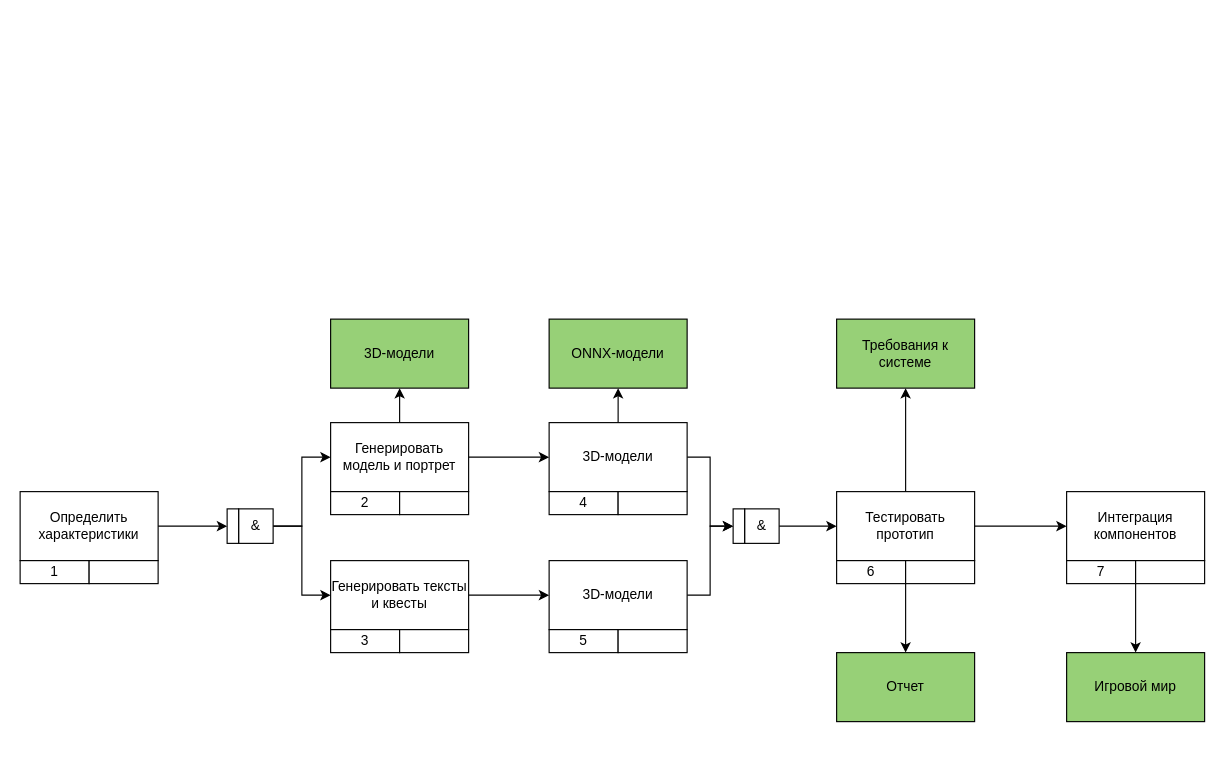
Slavik993/Diplom_Shebanov_2026 keeps this draw.io diagram as IDEF3.drawio. Above is the earlier version. Source tidied: cells renumbered, new cells numbered last; positions are measured from the earlier drawing's top-left corner, leaving out a move shared by most shapes. Both pictures are drawn from the tidied source at 115%, with x=0, y=0 at pixel (20, 319).
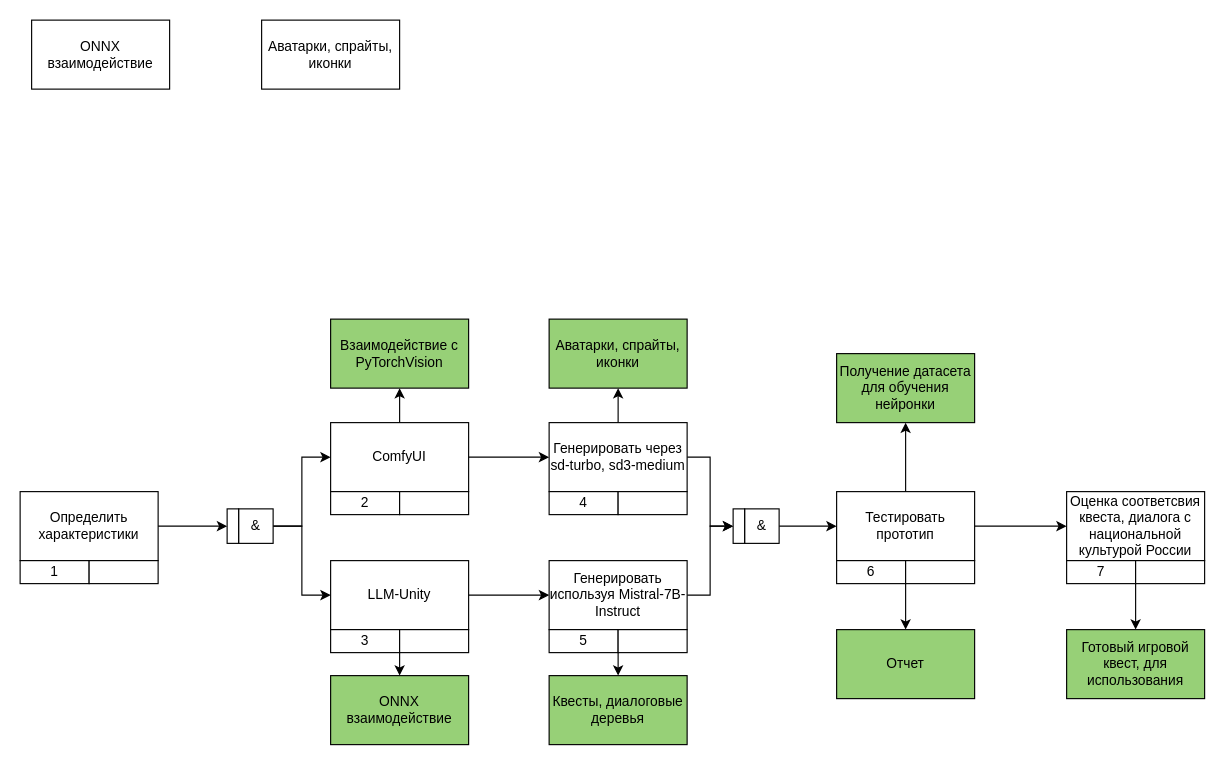
After the change.

The change refers to these unchanged cells:
```xml
<mxCell id="29" value="3" style="rounded=0;whiteSpace=wrap;html=1;" parent="1" vertex="1">
  <mxGeometry x="270" y="270" width="60" height="20" as="geometry" />
</mxCell>
<mxCell id="33" value="5" style="rounded=0;whiteSpace=wrap;html=1;" parent="1" vertex="1">
  <mxGeometry x="460" y="270" width="60" height="20" as="geometry" />
</mxCell>
```

The edit, as a diff of the source:
```diff
@@
-    <mxCell id="6" value="Генерировать модель и портрет" style="rounded=0;whiteSpace=wrap;html=1;" parent="1" vertex="1">
+    <mxCell id="6" value="ComfyUI" style="rounded=0;whiteSpace=wrap;html=1;" parent="1" vertex="1">
       <mxGeometry x="270" y="90" width="120" height="60" as="geometry" />
     </mxCell>
@@
-    <mxCell id="8" value="Генерировать тексты и квесты" style="rounded=0;whiteSpace=wrap;html=1;" parent="1" vertex="1">
+    <mxCell id="8" value="LLM-Unity" style="rounded=0;whiteSpace=wrap;html=1;" parent="1" vertex="1">
       <mxGeometry x="270" y="210" width="120" height="60" as="geometry" />
     </mxCell>
-    <mxCell id="9" value="3D-модели" style="rounded=0;whiteSpace=wrap;html=1;fillColor=#97D077;" parent="1" vertex="1">
+    <mxCell id="9" value="Взаимодействие с PyTorchVision" style="rounded=0;whiteSpace=wrap;html=1;fillColor=#97D077;" parent="1" vertex="1">
       <mxGeometry x="270" width="120" height="60" as="geometry" />
     </mxCell>
-    <mxCell id="10" style="edgeStyle=orthogonalEdgeStyle;rounded=0;jettySize=auto;html=1;exitX=0.5;exitY=0;exitDx=0;exitDy=0;entryX=0.5;entryY=1;entryDx=0;entryDy=0;" parent="1" edge="1" source="12" target="15">
-      <mxGeometry relative="1" as="geometry" />
-    </mxCell>
@@
+    <mxCell id="46" style="edgeStyle=orthogonalEdgeStyle;rounded=0;jettySize=auto;html=1;exitX=0.5;exitY=0;exitDx=0;exitDy=0;entryX=0.5;entryY=1;entryDx=0;entryDy=0;" parent="1" edge="1" source="12" target="50">
+      <mxGeometry relative="1" as="geometry" />
+    </mxCell>
-    <mxCell id="12" value="3D-модели" style="rounded=0;whiteSpace=wrap;html=1;" parent="1" vertex="1">
+    <mxCell id="12" value="Генерировать через sd-turbo, sd3-medium" style="rounded=0;whiteSpace=wrap;html=1;" parent="1" vertex="1">
       <mxGeometry x="460" y="90" width="120" height="60" as="geometry" />
     </mxCell>
@@
-    <mxCell id="14" value="3D-модели" style="rounded=0;whiteSpace=wrap;html=1;" parent="1" vertex="1">
+    <mxCell id="14" value="Генерировать используя Mistral-7B-Instruct" style="rounded=0;whiteSpace=wrap;html=1;" parent="1" vertex="1">
       <mxGeometry x="460" y="210" width="120" height="60" as="geometry" />
     </mxCell>
-    <mxCell id="15" value="ONNX-модели" style="rounded=0;whiteSpace=wrap;html=1;fillColor=#97D077;" parent="1" vertex="1">
-      <mxGeometry x="460" width="120" height="60" as="geometry" />
+    <mxCell id="15" value="Квесты, диалоговые деревья" style="rounded=0;whiteSpace=wrap;html=1;fillColor=#97D077;" parent="1" vertex="1">
+      <mxGeometry x="460" y="310" width="120" height="60" as="geometry" />
     </mxCell>
@@
-    <mxCell id="20" value="Требования к системе" style="rounded=0;whiteSpace=wrap;html=1;fillColor=#97D077;" parent="1" vertex="1">
-      <mxGeometry x="710" width="120" height="60" as="geometry" />
+    <mxCell id="20" value="Получение датасета для обучения нейронки" style="rounded=0;whiteSpace=wrap;html=1;fillColor=#97D077;" parent="1" vertex="1">
+      <mxGeometry x="710" y="30" width="120" height="60" as="geometry" />
     </mxCell>
     <mxCell id="21" value="Отчет" style="rounded=0;whiteSpace=wrap;html=1;fillColor=#97D077;" parent="1" vertex="1">
-      <mxGeometry x="710" y="290" width="120" height="60" as="geometry" />
+      <mxGeometry x="710" y="270" width="120" height="60" as="geometry" />
     </mxCell>
@@
-    <mxCell id="23" value="Интеграция компонентов" style="rounded=0;whiteSpace=wrap;html=1;" parent="1" vertex="1">
+    <mxCell id="23" value="Оценка соответсвия квеста, диалога с национальной культурой России" style="rounded=0;whiteSpace=wrap;html=1;" parent="1" vertex="1">
       <mxGeometry x="910" y="150" width="120" height="60" as="geometry" />
     </mxCell>
-    <mxCell id="24" value="Игровой мир" style="rounded=0;whiteSpace=wrap;html=1;fillColor=#97D077;" parent="1" vertex="1">
-      <mxGeometry x="910" y="290" width="120" height="60" as="geometry" />
+    <mxCell id="24" value="Готовый игровой квест, для использования" style="rounded=0;whiteSpace=wrap;html=1;fillColor=#97D077;" parent="1" vertex="1">
+      <mxGeometry x="910" y="270" width="120" height="60" as="geometry" />
     </mxCell>
@@
+    <mxCell id="47" style="edgeStyle=orthogonalEdgeStyle;rounded=0;jettySize=auto;html=1;exitX=1;exitY=1;exitDx=0;exitDy=0;entryX=0.5;entryY=0;entryDx=0;entryDy=0;" parent="1" edge="1" source="29" target="49">
+      <mxGeometry relative="1" as="geometry" />
+    </mxCell>
@@
+    <mxCell id="48" style="edgeStyle=orthogonalEdgeStyle;rounded=0;jettySize=auto;html=1;exitX=1;exitY=1;exitDx=0;exitDy=0;entryX=0.5;entryY=0;entryDx=0;entryDy=0;" parent="1" edge="1" source="33" target="15">
+      <mxGeometry relative="1" as="geometry" />
+    </mxCell>
@@
+    <mxCell id="49" value="ONNX взаимодействие" style="rounded=0;whiteSpace=wrap;html=1;fillColor=#97D077;" parent="1" vertex="1">
+      <mxGeometry x="270" y="310" width="120" height="60" as="geometry" />
+    </mxCell>
+    <mxCell id="50" value="Аватарки, спрайты, иконки" style="rounded=0;whiteSpace=wrap;html=1;fillColor=#97D077;" parent="1" vertex="1">
+      <mxGeometry x="460" width="120" height="60" as="geometry" />
+    </mxCell>
+    <mxCell id="51" value="ONNX взаимодействие" style="rounded=0;whiteSpace=wrap;html=1;" parent="1" vertex="1">
+      <mxGeometry x="10" y="-260" width="120" height="60" as="geometry" />
+    </mxCell>
+    <mxCell id="52" value="Аватарки, спрайты, иконки" style="rounded=0;whiteSpace=wrap;html=1;" parent="1" vertex="1">
+      <mxGeometry x="210" y="-260" width="120" height="60" as="geometry" />
+    </mxCell>
```
